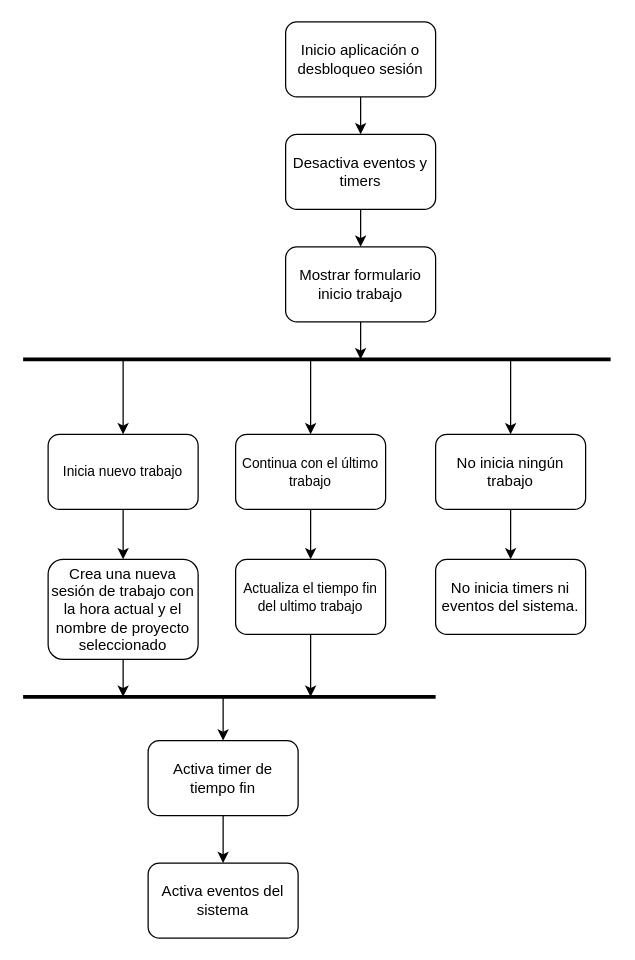
This is page "Inicio trabajo" (1 of 4) of documentation/ProjectTimes.drawio from tolemac/ProjectTimes, a draw.io file, before an edit. Source tidied: cells renumbered, new cells numbered last; positions are measured from the earlier drawing's top-left corner, leaving out a move shared by most shapes. Both pictures are drawn from the tidied source at 125%, with x=0, y=0 at pixel (22, 21).
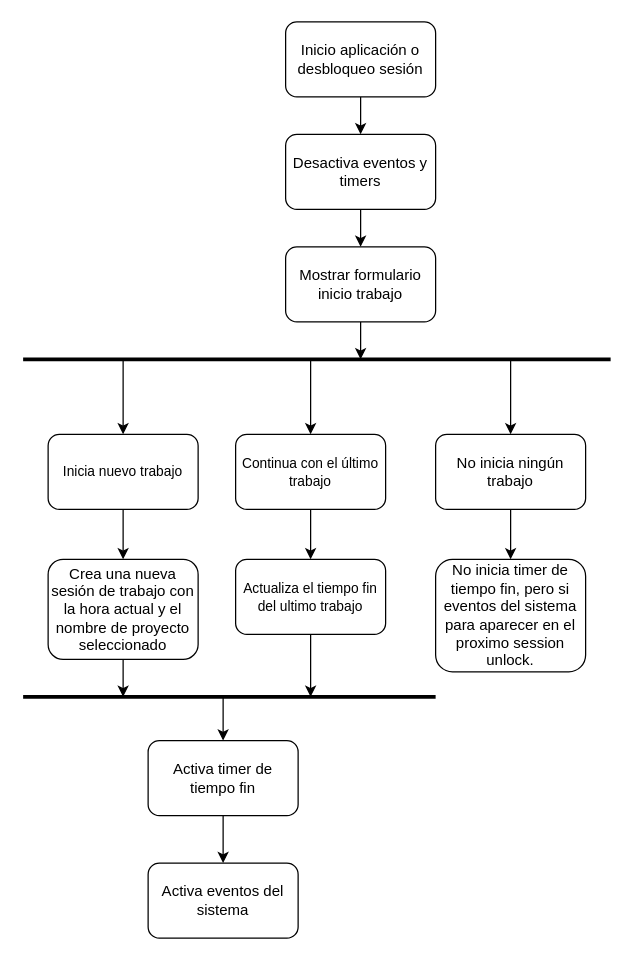
Above is the later version.

Change to the diagram source:
```diff
@@
-    <mxCell id="24" value="No inicia timers ni eventos del sistema." style="rounded=1;whiteSpace=wrap;html=1;" parent="1" vertex="1">
-      <mxGeometry x="330" y="430" width="120" height="60" as="geometry" />
+    <mxCell id="24" value="No inicia timer de tiempo fin, pero si eventos del sistema para aparecer en el proximo session unlock." style="rounded=1;whiteSpace=wrap;html=1;" parent="1" vertex="1">
+      <mxGeometry x="330" y="430" width="120" height="90" as="geometry" />
     </mxCell>
```
